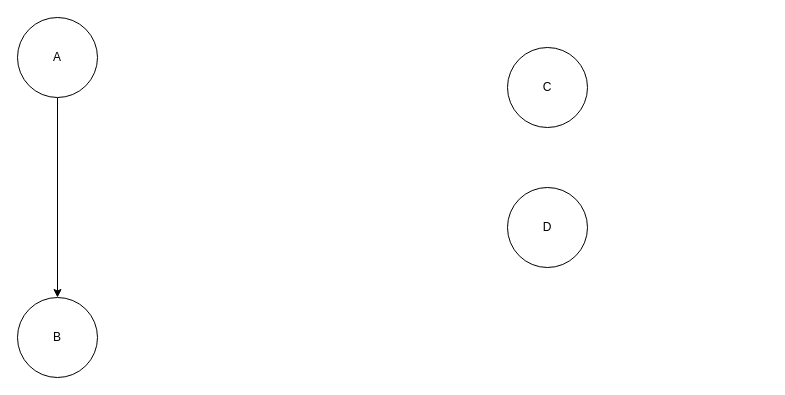
This is 未命名绘图.drawio from fengjutian/draw_io_file, a draw.io file, before an edit. Source tidied: cells renumbered, new cells numbered last; positions are measured from the earlier drawing's top-left corner, leaving out a move shared by most shapes. Both pictures are drawn from the tidied source at 100%, with x=0, y=0 at pixel (17, 17).
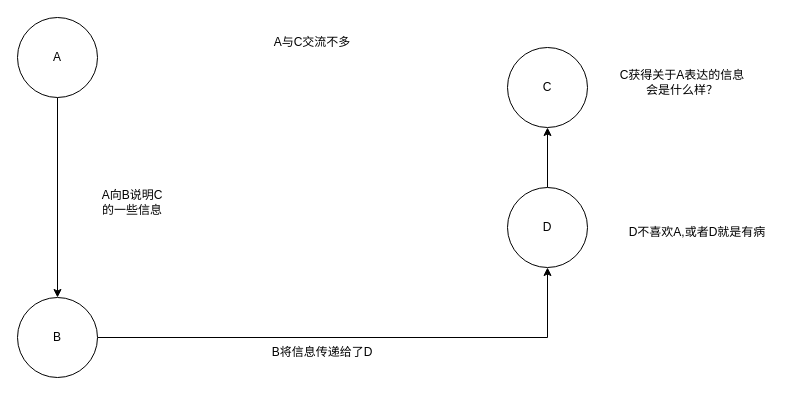
The same page after the edit.

Commit message:
更新未命名绘图.drawio

The edit, as a diff of the source:
```diff
@@
 <mxGraphModel>
   <root>
     <mxCell id="0" />
     <mxCell id="1" parent="0" />
+    <mxCell id="7" style="edgeStyle=orthogonalEdgeStyle;rounded=0;jettySize=auto;html=1;exitX=0.5;exitY=0;exitDx=0;exitDy=0;entryX=0.5;entryY=1;entryDx=0;entryDy=0;" parent="1" edge="1" source="2" target="6">
+      <mxGeometry relative="1" as="geometry" />
+    </mxCell>
     <mxCell id="2" value="D" style="ellipse;whiteSpace=wrap;html=1;" parent="1" vertex="1">
       <mxGeometry x="490" y="170" width="80" height="80" as="geometry" />
     </mxCell>
     <mxCell id="3" style="edgeStyle=orthogonalEdgeStyle;rounded=0;jettySize=auto;html=1;exitX=0.5;exitY=1;exitDx=0;exitDy=0;" parent="1" edge="1" source="4" target="5">
       <mxGeometry relative="1" as="geometry" />
     </mxCell>
     <mxCell id="4" value="A" style="ellipse;whiteSpace=wrap;html=1;" parent="1" vertex="1">
       <mxGeometry width="80" height="80" as="geometry" />
     </mxCell>
+    <mxCell id="8" style="edgeStyle=orthogonalEdgeStyle;rounded=0;jettySize=auto;html=1;exitX=1;exitY=0.5;exitDx=0;exitDy=0;entryX=0.5;entryY=1;entryDx=0;entryDy=0;" parent="1" edge="1" source="5" target="2">
+      <mxGeometry relative="1" as="geometry" />
+    </mxCell>
     <mxCell id="5" value="B" style="ellipse;whiteSpace=wrap;html=1;" parent="1" vertex="1">
       <mxGeometry y="280" width="80" height="80" as="geometry" />
     </mxCell>
     <mxCell id="6" value="C" style="ellipse;whiteSpace=wrap;html=1;" parent="1" vertex="1">
       <mxGeometry x="490" y="30" width="80" height="80" as="geometry" />
     </mxCell>
+    <mxCell id="9" value="A向B说明C&lt;div&gt;的一些信息&lt;/div&gt;" style="text;html=1;align=center;verticalAlign=middle;whiteSpace=wrap;rounded=0;" parent="1" vertex="1">
+      <mxGeometry x="30" y="170" width="170" height="30" as="geometry" />
+    </mxCell>
+    <mxCell id="10" value="B将信息传递给了D" style="text;html=1;align=center;verticalAlign=middle;whiteSpace=wrap;rounded=0;" parent="1" vertex="1">
+      <mxGeometry x="230" y="320" width="150" height="30" as="geometry" />
+    </mxCell>
+    <mxCell id="11" value="D不喜欢A,或者D就是有病" style="text;html=1;align=center;verticalAlign=middle;whiteSpace=wrap;rounded=0;" parent="1" vertex="1">
+      <mxGeometry x="610" y="200" width="140" height="30" as="geometry" />
+    </mxCell>
+    <mxCell id="12" value="A与C交流不多" style="text;html=1;align=center;verticalAlign=middle;whiteSpace=wrap;rounded=0;" parent="1" vertex="1">
+      <mxGeometry x="240" y="10" width="110" height="30" as="geometry" />
+    </mxCell>
+    <mxCell id="13" value="C获得关于A表达的信息会是什么样？" style="text;html=1;align=center;verticalAlign=middle;whiteSpace=wrap;rounded=0;" parent="1" vertex="1">
+      <mxGeometry x="600" y="50" width="130" height="30" as="geometry" />
+    </mxCell>
   </root>
 </mxGraphModel>
```
